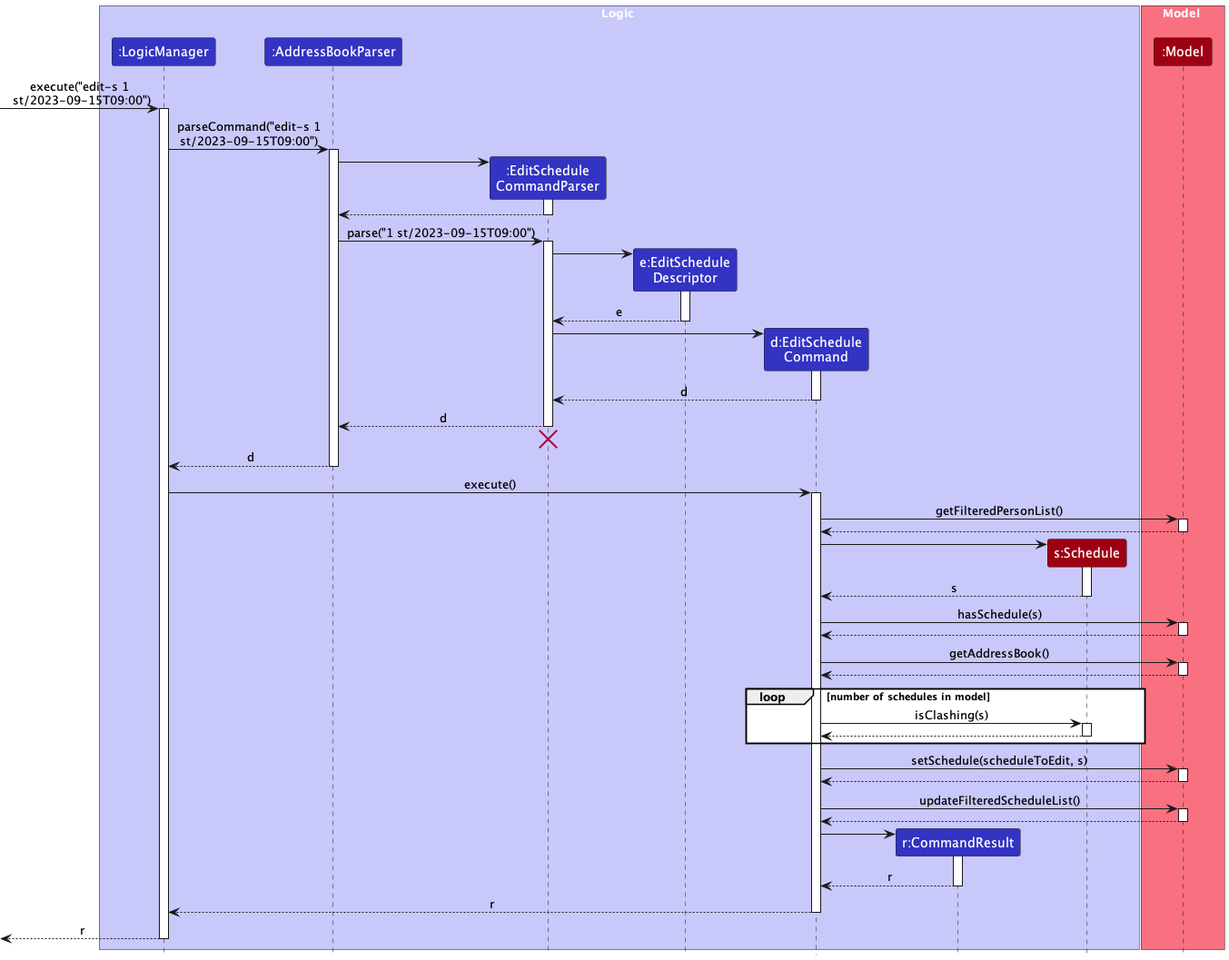
This is docs/images/EditScheduleSequenceDiagram.png from nus-cs2103-AY2324S1/tp, a PlantUML export, as it was before one commit.
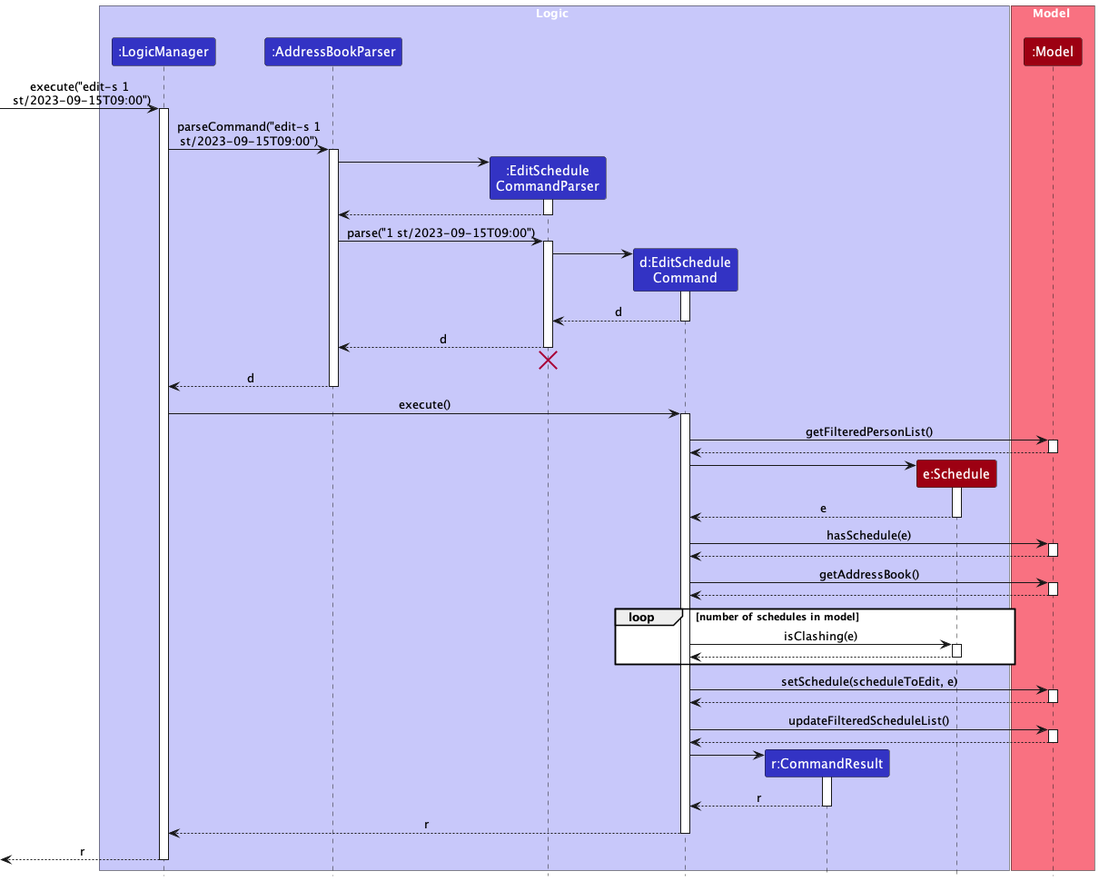
After the commit.

Commit message:
Update sequence diagram for edit-s

Change to the diagram source:
```diff
@@ -6,10 +6,9 @@
 participant ":LogicManager" as LogicManager LOGIC_COLOR
 participant ":AddressBookParser" as AddressBookParser LOGIC_COLOR
 participant ":EditSchedule\nCommandParser" as EditScheduleCommandParser LOGIC_COLOR
-participant "e:EditSchedule\nDescriptor" as EditScheduleDescriptor LOGIC_COLOR
 participant "d:EditSchedule\nCommand" as EditScheduleCommand LOGIC_COLOR
 participant "r:CommandResult" as CommandResult LOGIC_COLOR
-participant "s:Schedule" as EditedSchedule MODEL_COLOR
+participant "e:Schedule" as EditedSchedule MODEL_COLOR
 end box
 
 box Model MODEL_COLOR_T1
@@ -31,13 +30,6 @@
 
 AddressBookParser -> EditScheduleCommandParser : parse("1 st/2023-09-15T09:00")
 activate EditScheduleCommandParser
-
-create EditScheduleDescriptor
-EditScheduleCommandParser -> EditScheduleDescriptor
-activate EditScheduleDescriptor
-
-EditScheduleDescriptor --> EditScheduleCommandParser : e
-deactivate EditScheduleDescriptor
 
 create EditScheduleCommand
 EditScheduleCommandParser -> EditScheduleCommand
@@ -62,21 +54,21 @@
 
 create EditedSchedule
 EditScheduleCommand -> EditedSchedule ++
-return s
-EditScheduleCommand -> Model ++ : hasSchedule(s)
+return e
+EditScheduleCommand -> Model ++ : hasSchedule(e)
 return
 
 EditScheduleCommand -> Model ++ : getAddressBook()
 return
 
 loop number of schedules in model
-    EditScheduleCommand -> EditedSchedule : isClashing(s)
+    EditScheduleCommand -> EditedSchedule : isClashing(e)
     activate EditedSchedule
     EditedSchedule --> EditScheduleCommand
     deactivate EditedSchedule
 end
 
-EditScheduleCommand -> Model ++ : setSchedule(scheduleToEdit, s)
+EditScheduleCommand -> Model ++ : setSchedule(scheduleToEdit, e)
 return
 EditScheduleCommand -> Model ++ : updateFilteredScheduleList()
 return
```
